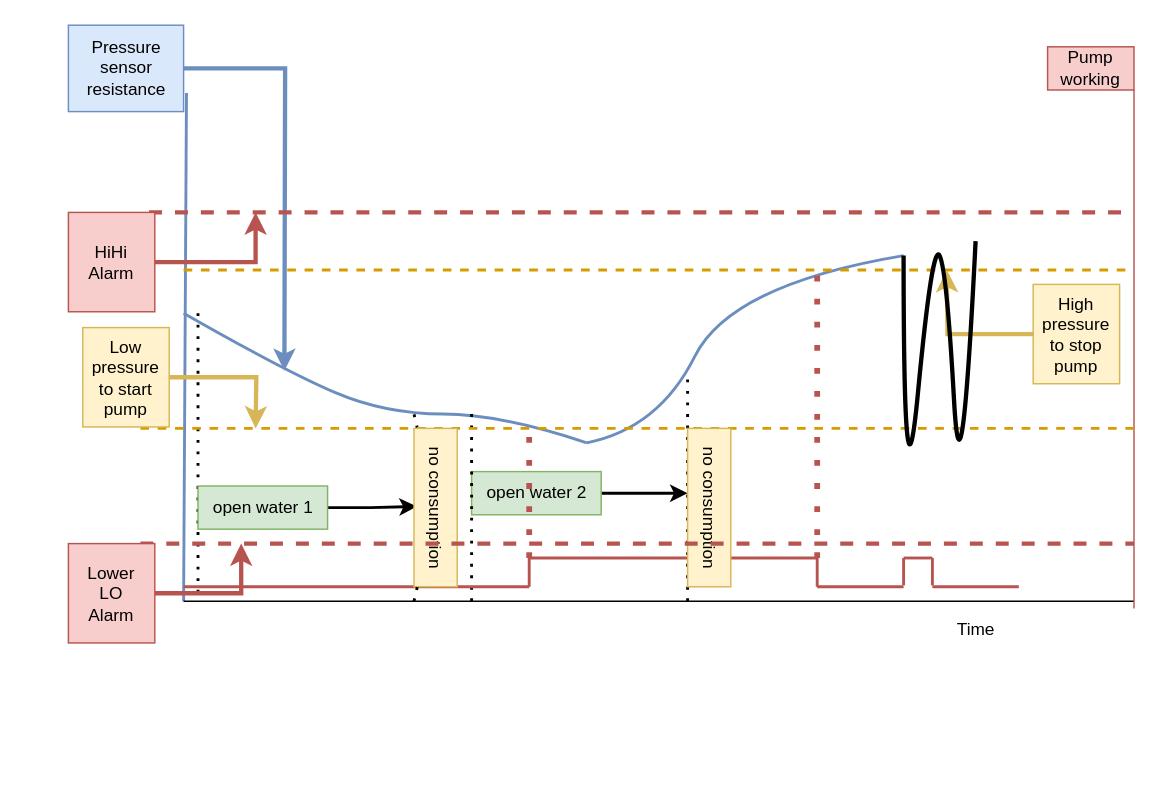
Earlier version of the draw.io diagram page "Typical diagram" (1 of 2) of PumpDriver.drawio (megavad/Diagrams). Source tidied: cells renumbered, new cells numbered last; positions are measured from the earlier drawing's top-left corner, leaving out a move shared by most shapes. Both pictures are drawn from the tidied source at 144%, with x=0, y=0 at pixel (68, 24).
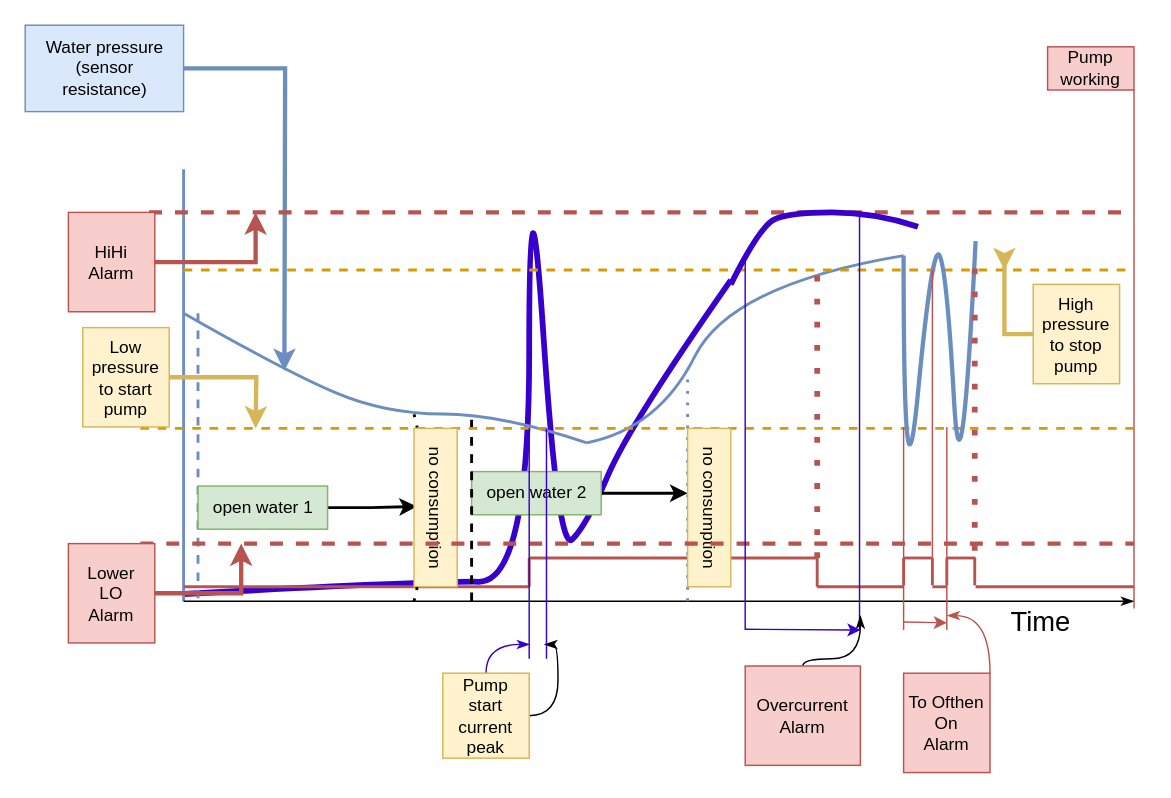
The same page after the edit.

Unchanged cells that the change refers to:
```xml
<mxCell id="32" value="High pressure to stop pump" style="text;html=1;strokeColor=#d6b656;fillColor=#fff2cc;align=center;verticalAlign=middle;whiteSpace=wrap;rounded=0;" parent="1" vertex="1">
  <mxGeometry x="670" y="180" width="60" height="69" as="geometry" />
</mxCell>
```

What changed in the source:
```diff
@@
+    <mxCell id="46" style="curved=1;endArrow=none;html=1;strokeColor=#3700CC;strokeWidth=4;fillColor=#6a00ff;endFill=0;" parent="1" edge="1">
+      <mxGeometry relative="1" as="geometry">
+        <mxPoint x="80" y="395" as="sourcePoint" />
+        <mxPoint x="460" y="177" as="targetPoint" />
+        <Array as="points">
+          <mxPoint x="250" y="386" />
+          <mxPoint x="320" y="387" />
+          <mxPoint x="320" y="67" />
+          <mxPoint x="340" y="367" />
+          <mxPoint x="360" y="347" />
+          <mxPoint x="390" y="277" />
+        </Array>
+      </mxGeometry>
+    </mxCell>
-    <mxCell id="2" style="endArrow=none;html=1;rounded=0;fillColor=#dae8fc;strokeColor=#6c8ebf;strokeWidth=2;exitX=1.025;exitY=0.786;exitDx=0;exitDy=0;exitPerimeter=0;" parent="1" edge="1" source="4">
+    <mxCell id="2" style="endArrow=none;html=1;rounded=0;fillColor=#dae8fc;strokeColor=#6c8ebf;strokeWidth=2;" parent="1" edge="1">
       <mxGeometry relative="1" as="geometry">
+        <mxPoint x="80" y="100" as="sourcePoint" />
         <mxPoint x="80" y="400" as="targetPoint" />
       </mxGeometry>
     </mxCell>
@@
-    <mxCell id="4" value="Pressure&lt;br&gt;sensor&lt;br&gt;resistance" style="text;html=1;align=center;verticalAlign=middle;points=[];strokeColor=#6c8ebf;fillColor=#dae8fc;" parent="1" vertex="1">
-      <mxGeometry width="80" height="60" as="geometry" />
+    <mxCell id="4" value="Water pressure&lt;br&gt;(sensor&lt;br&gt;resistance)" style="text;html=1;align=center;verticalAlign=middle;points=[];strokeColor=#6c8ebf;fillColor=#dae8fc;" parent="1" vertex="1">
+      <mxGeometry x="-30" width="110" height="60" as="geometry" />
     </mxCell>
-    <mxCell id="5" style="endArrow=none;html=1;rounded=0;" parent="1" edge="1">
+    <mxCell id="5" style="endArrow=classicThin;html=1;rounded=0;endFill=1;" parent="1" edge="1">
       <mxGeometry relative="1" as="geometry">
         <mxPoint x="80" y="400" as="sourcePoint" />
         <mxPoint x="740" y="400" as="targetPoint" />
       </mxGeometry>
     </mxCell>
-    <mxCell id="6" value="Time" style="text;html=1;align=center;verticalAlign=middle;strokeColor=none;fillColor=none;" parent="1" vertex="1">
-      <mxGeometry x="605" y="405" width="50" height="30" as="geometry" />
+    <mxCell id="6" value="Time" style="text;html=1;align=center;verticalAlign=middle;strokeColor=none;fillColor=none;strokeWidth=5;fontSize=19;" parent="1" vertex="1">
+      <mxGeometry x="640" y="395" width="70" height="40" as="geometry" />
     </mxCell>
@@
-    <mxCell id="10" style="endArrow=none;dashed=1;html=1;dashPattern=1 3;strokeWidth=2;rounded=0;" parent="1" edge="1">
+    <mxCell id="10" style="endArrow=none;dashed=1;html=1;strokeWidth=2;rounded=0;fillColor=#dae8fc;strokeColor=#6c8ebf;" parent="1" edge="1">
       <mxGeometry relative="1" as="geometry">
         <mxPoint x="90" y="200" as="sourcePoint" />
         <mxPoint x="90" y="400" as="targetPoint" />
       </mxGeometry>
     </mxCell>
@@
-    <mxCell id="16" style="endArrow=none;dashed=1;html=1;dashPattern=1 3;strokeWidth=2;rounded=0;" parent="1" edge="1">
+    <mxCell id="16" style="endArrow=none;dashed=1;html=1;strokeWidth=2;rounded=0;" parent="1" edge="1">
       <mxGeometry relative="1" as="geometry">
         <mxPoint x="280" y="400" as="sourcePoint" />
         <mxPoint x="280" y="270" as="targetPoint" />
       </mxGeometry>
     </mxCell>
-    <mxCell id="17" style="endArrow=none;dashed=1;html=1;dashPattern=1 3;strokeWidth=2;rounded=0;" parent="1" edge="1">
+    <mxCell id="17" style="endArrow=none;dashed=1;html=1;dashPattern=1 3;strokeWidth=2;rounded=0;fillColor=#dae8fc;strokeColor=#6c8ebf;" parent="1" edge="1">
       <mxGeometry relative="1" as="geometry">
         <mxPoint x="430" y="400" as="sourcePoint" />
         <mxPoint x="430" y="240" as="targetPoint" />
       </mxGeometry>
     </mxCell>
@@
     <mxCell id="31" style="edgeStyle=orthogonalEdgeStyle;rounded=0;jettySize=auto;html=1;strokeWidth=3;fillColor=#fff2cc;strokeColor=#d6b656;" parent="1" edge="1" source="32">
       <mxGeometry relative="1" as="geometry">
-        <mxPoint x="610" y="170" as="targetPoint" />
+        <mxPoint x="650" y="170" as="targetPoint" />
       </mxGeometry>
     </mxCell>
@@
-    <mxCell id="41" style="curved=1;endArrow=none;html=1;strokeColor=default;strokeWidth=3;endFill=0;" parent="1" edge="1">
+    <mxCell id="41" style="curved=1;endArrow=none;html=1;strokeColor=#6c8ebf;strokeWidth=3;endFill=0;fillColor=#dae8fc;" parent="1" edge="1">
       <mxGeometry relative="1" as="geometry">
         <mxPoint x="580" y="160" as="sourcePoint" />
         <mxPoint x="630" y="150" as="targetPoint" />
         <Array as="points">
           <mxPoint x="580" y="360" />
           <mxPoint x="600" y="150" />
           <mxPoint x="610" y="170" />
           <mxPoint x="620" y="350" />
         </Array>
       </mxGeometry>
     </mxCell>
@@
     <mxCell id="43" style="endArrow=none;html=1;rounded=0;strokeWidth=2;fillColor=#f8cecc;strokeColor=#b85450;" parent="1" edge="1">
       <mxGeometry relative="1" as="geometry">
-        <mxPoint x="600" y="390" as="sourcePoint" />
-        <mxPoint x="660" y="390" as="targetPoint" />
+        <mxPoint x="630" y="390" as="sourcePoint" />
+        <mxPoint x="740" y="390" as="targetPoint" />
+        <Array as="points">
+          <mxPoint x="690" y="390" />
+        </Array>
       </mxGeometry>
     </mxCell>
@@
-    <mxCell id="45" style="endArrow=none;dashed=1;html=1;dashPattern=1 3;strokeWidth=4;rounded=0;fillColor=#f8cecc;strokeColor=#b85450;" parent="1" edge="1">
+    <mxCell id="45" style="endArrow=none;html=1;strokeWidth=1;rounded=0;fillColor=#6a00ff;strokeColor=#3700CC;" parent="1" edge="1">
       <mxGeometry relative="1" as="geometry">
-        <mxPoint x="320" y="370" as="sourcePoint" />
+        <mxPoint x="320" y="440" as="sourcePoint" />
         <mxPoint x="320" y="280" as="targetPoint" />
       </mxGeometry>
     </mxCell>
+    <mxCell id="47" style="endArrow=none;html=1;strokeWidth=1;rounded=0;fillColor=#f8cecc;strokeColor=#b85450;" parent="1" edge="1">
+      <mxGeometry relative="1" as="geometry">
+        <mxPoint x="580" y="420" as="sourcePoint" />
+        <mxPoint x="580" y="279" as="targetPoint" />
+      </mxGeometry>
+    </mxCell>
+    <mxCell id="48" style="endArrow=none;html=1;strokeWidth=1;rounded=0;fillColor=#f8cecc;strokeColor=#b85450;" parent="1" edge="1">
+      <mxGeometry relative="1" as="geometry">
+        <mxPoint x="600" y="370" as="sourcePoint" />
+        <mxPoint x="600" y="170" as="targetPoint" />
+      </mxGeometry>
+    </mxCell>
+    <mxCell id="49" style="endArrow=none;html=1;strokeWidth=1;rounded=0;fillColor=#f8cecc;strokeColor=#b85450;" parent="1" edge="1">
+      <mxGeometry relative="1" as="geometry">
+        <mxPoint x="610" y="420" as="sourcePoint" />
+        <mxPoint x="610" y="279" as="targetPoint" />
+      </mxGeometry>
+    </mxCell>
+    <mxCell id="50" style="endArrow=none;dashed=1;html=1;dashPattern=1 3;strokeWidth=4;rounded=0;fillColor=#f8cecc;strokeColor=#b85450;" parent="1" edge="1">
+      <mxGeometry relative="1" as="geometry">
+        <mxPoint x="629.4" y="365" as="sourcePoint" />
+        <mxPoint x="629.4" y="165" as="targetPoint" />
+      </mxGeometry>
+    </mxCell>
+    <mxCell id="51" style="endArrow=none;html=1;rounded=0;strokeWidth=2;fillColor=#f8cecc;strokeColor=#b85450;" parent="1" edge="1">
+      <mxGeometry relative="1" as="geometry">
+        <mxPoint x="610" y="370" as="sourcePoint" />
+        <mxPoint x="610" y="389" as="targetPoint" />
+      </mxGeometry>
+    </mxCell>
+    <mxCell id="52" style="endArrow=none;html=1;rounded=0;strokeWidth=2;fillColor=#f8cecc;strokeColor=#b85450;" parent="1" edge="1">
+      <mxGeometry relative="1" as="geometry">
+        <mxPoint x="629.4" y="370" as="sourcePoint" />
+        <mxPoint x="629.4" y="389" as="targetPoint" />
+      </mxGeometry>
+    </mxCell>
+    <mxCell id="53" style="endArrow=none;html=1;rounded=0;strokeWidth=2;fillColor=#f8cecc;strokeColor=#b85450;" parent="1" edge="1">
+      <mxGeometry relative="1" as="geometry">
+        <mxPoint x="630" y="370" as="sourcePoint" />
+        <mxPoint x="610" y="370" as="targetPoint" />
+      </mxGeometry>
+    </mxCell>
+    <mxCell id="54" style="endArrow=none;html=1;rounded=0;strokeWidth=2;fillColor=#f8cecc;strokeColor=#b85450;" parent="1" edge="1">
+      <mxGeometry relative="1" as="geometry">
+        <mxPoint x="600" y="390" as="sourcePoint" />
+        <mxPoint x="610" y="390" as="targetPoint" />
+      </mxGeometry>
+    </mxCell>
+    <mxCell id="55" style="edgeStyle=orthogonalEdgeStyle;curved=1;jettySize=auto;html=1;fontSize=19;endArrow=classicThin;endFill=1;strokeColor=#b85450;strokeWidth=1;fillColor=#f8cecc;" parent="1" edge="1" source="56">
+      <mxGeometry relative="1" as="geometry">
+        <mxPoint x="610" y="410" as="targetPoint" />
+        <Array as="points">
+          <mxPoint x="640" y="410" />
+        </Array>
+      </mxGeometry>
+    </mxCell>
+    <mxCell id="56" value="To Ofthen On&lt;br&gt;Alarm" style="text;html=1;strokeColor=#b85450;fillColor=#f8cecc;align=center;verticalAlign=middle;whiteSpace=wrap;rounded=0;" parent="1" vertex="1">
+      <mxGeometry x="580" y="450" width="60" height="69" as="geometry" />
+    </mxCell>
+    <mxCell id="57" style="curved=1;endArrow=none;html=1;strokeColor=#3700CC;strokeWidth=4;fillColor=#6a00ff;endFill=0;" parent="1" edge="1">
+      <mxGeometry relative="1" as="geometry">
+        <mxPoint x="460" y="180" as="sourcePoint" />
+        <mxPoint x="590" y="140" as="targetPoint" />
+        <Array as="points">
+          <mxPoint x="480" y="140" />
+          <mxPoint x="500" y="130" />
+          <mxPoint x="560" y="130" />
+        </Array>
+      </mxGeometry>
+    </mxCell>
+    <mxCell id="58" style="endArrow=none;html=1;strokeWidth=1;curved=1;fillColor=#6a00ff;strokeColor=#3700CC;" parent="1" edge="1">
+      <mxGeometry relative="1" as="geometry">
+        <mxPoint x="470" y="420" as="sourcePoint" />
+        <mxPoint x="470" y="160" as="targetPoint" />
+      </mxGeometry>
+    </mxCell>
+    <mxCell id="59" style="endArrow=none;html=1;strokeWidth=1;curved=1;fillColor=#6a00ff;strokeColor=#3700CC;" parent="1" edge="1">
+      <mxGeometry relative="1" as="geometry">
+        <mxPoint x="549.4" y="420" as="sourcePoint" />
+        <mxPoint x="549.4" y="130" as="targetPoint" />
+      </mxGeometry>
+    </mxCell>
+    <mxCell id="60" style="edgeStyle=orthogonalEdgeStyle;curved=1;jettySize=auto;html=1;fontSize=19;endArrow=classicThin;endFill=1;strokeColor=default;strokeWidth=1;" parent="1" edge="1" source="61">
+      <mxGeometry relative="1" as="geometry">
+        <mxPoint x="550" y="410" as="targetPoint" />
+        <Array as="points">
+          <mxPoint x="510" y="440" />
+          <mxPoint x="550" y="440" />
+        </Array>
+      </mxGeometry>
+    </mxCell>
+    <mxCell id="61" value="Overcurrent&lt;br&gt;Alarm" style="text;html=1;strokeColor=#b85450;fillColor=#f8cecc;align=center;verticalAlign=middle;whiteSpace=wrap;rounded=0;" parent="1" vertex="1">
+      <mxGeometry x="470" y="445" width="80" height="69" as="geometry" />
+    </mxCell>
+    <mxCell id="62" style="edgeStyle=orthogonalEdgeStyle;curved=1;jettySize=auto;html=1;fontSize=19;endArrow=classicThin;endFill=1;strokeColor=#3700CC;strokeWidth=1;fillColor=#6a00ff;" parent="1" edge="1" source="64">
+      <mxGeometry relative="1" as="geometry">
+        <mxPoint x="320" y="430" as="targetPoint" />
+      </mxGeometry>
+    </mxCell>
+    <mxCell id="63" style="edgeStyle=orthogonalEdgeStyle;curved=1;jettySize=auto;html=1;fontSize=19;endArrow=classicThin;endFill=1;strokeColor=default;strokeWidth=1;" parent="1" edge="1" source="64">
+      <mxGeometry relative="1" as="geometry">
+        <mxPoint x="330" y="430" as="targetPoint" />
+      </mxGeometry>
+    </mxCell>
+    <mxCell id="64" value="Pump start current peak" style="text;html=1;strokeColor=#d6b656;fillColor=#fff2cc;align=center;verticalAlign=middle;whiteSpace=wrap;rounded=0;" parent="1" vertex="1">
+      <mxGeometry x="260" y="450" width="60" height="59" as="geometry" />
+    </mxCell>
+    <mxCell id="65" style="endArrow=none;html=1;strokeWidth=1;rounded=0;fillColor=#6a00ff;strokeColor=#3700CC;" parent="1" edge="1">
+      <mxGeometry relative="1" as="geometry">
+        <mxPoint x="332" y="440" as="sourcePoint" />
+        <mxPoint x="332" y="280" as="targetPoint" />
+      </mxGeometry>
+    </mxCell>
+    <mxCell id="66" style="endArrow=classic;html=1;fontSize=19;strokeColor=#3700CC;strokeWidth=1;curved=1;fillColor=#6a00ff;" parent="1" edge="1">
+      <mxGeometry relative="1" as="geometry">
+        <mxPoint x="470" y="419.5" as="sourcePoint" />
+        <mxPoint x="550" y="420" as="targetPoint" />
+      </mxGeometry>
+    </mxCell>
+    <mxCell id="67" style="endArrow=classic;html=1;fontSize=19;strokeColor=#b85450;strokeWidth=1;curved=1;fillColor=#f8cecc;" parent="1" edge="1">
+      <mxGeometry relative="1" as="geometry">
+        <mxPoint x="580" y="414.4" as="sourcePoint" />
+        <mxPoint x="610" y="415" as="targetPoint" />
+      </mxGeometry>
+    </mxCell>
```
